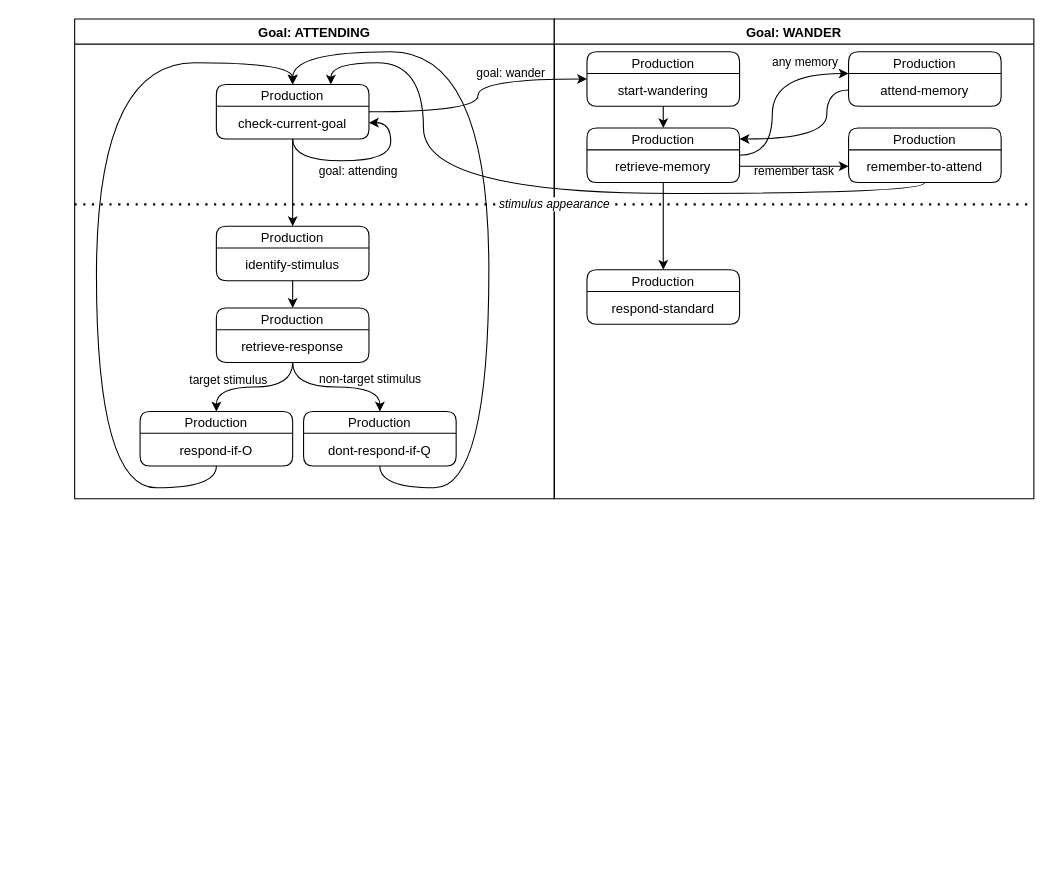
joshbruegger/CognitiveModellingPractical2022 keeps this draw.io diagram as Graph.drawio. Above is the earlier version. Source tidied: cells renumbered, new cells numbered last; positions are measured from the earlier drawing's top-left corner, leaving out a move shared by most shapes. Both pictures are drawn from the tidied source at 109%, with x=0, y=0 at pixel (74, 19).
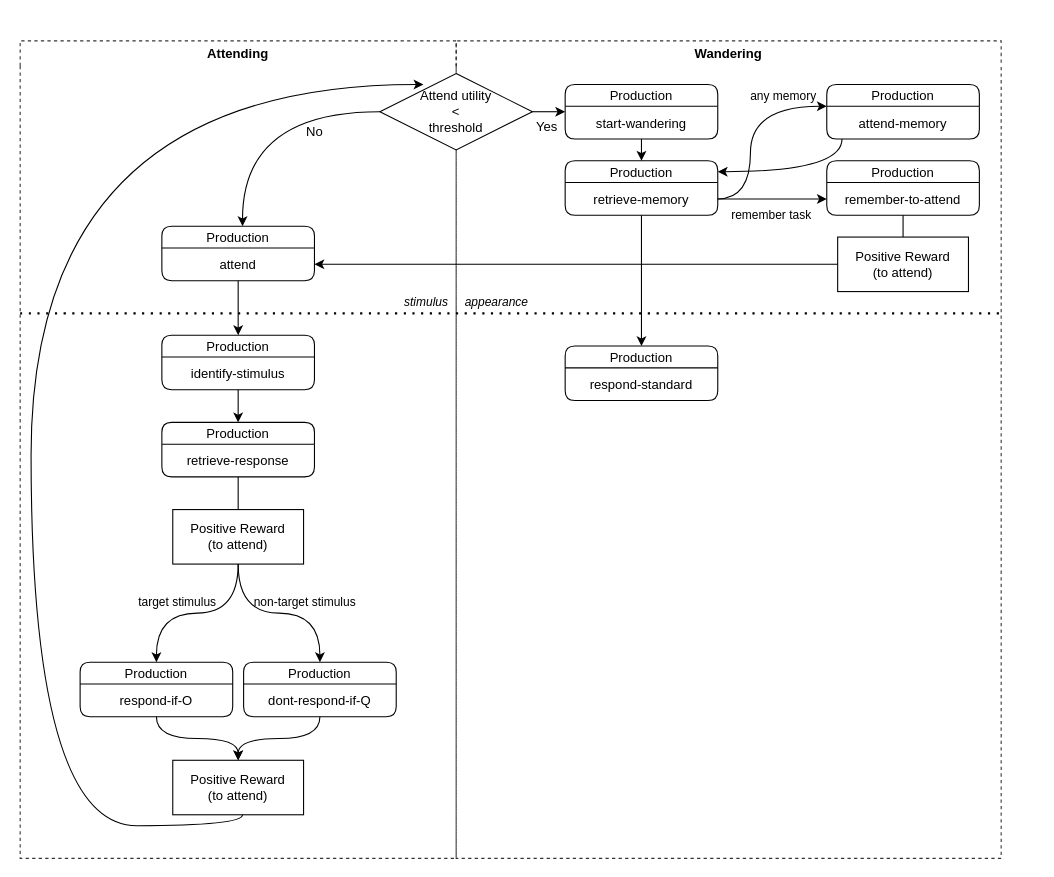
The same diagram, later.

What changed in the source:
```diff
@@
-    <mxCell id="2" value="Goal: ATTENDING" style="swimlane;rounded=0;shadow=0;glass=0;sketch=0;" parent="1" vertex="1">
-      <mxGeometry width="440" height="440" as="geometry" />
-    </mxCell>
-    <mxCell id="3" style="edgeStyle=orthogonalEdgeStyle;curved=1;rounded=0;jettySize=auto;html=1;entryX=0.5;entryY=0;entryDx=0;entryDy=0;" parent="2" edge="1" source="4" target="8">
-      <mxGeometry relative="1" as="geometry" />
-    </mxCell>
+    <mxCell id="39" value="Wandering" style="swimlane;fontSize=12;strokeColor=default;gradientColor=none;swimlaneFillColor=none;dashed=1;strokeWidth=1;perimeterSpacing=1;opacity=80;fillColor=none;fontStyle=1;swimlaneLine=0;" parent="1" vertex="1">
+      <mxGeometry x="350" y="20" width="500" height="750" as="geometry" />
+    </mxCell>
+    <mxCell id="25" value="Production" style="swimlane;fontStyle=0;horizontal=1;startSize=20;rounded=1;shadow=0;glass=0;fillColor=none;" parent="39" vertex="1">
+      <mxGeometry x="100" y="280" width="140" height="50" as="geometry" />
+    </mxCell>
+    <mxCell id="26" value="respond-standard" style="text;strokeColor=none;fillColor=none;align=center;verticalAlign=middle;spacingLeft=4;spacingRight=4;overflow=hidden;rounded=1;shadow=0;glass=0;" parent="25" vertex="1">
+      <mxGeometry y="20" width="140" height="30" as="geometry" />
+    </mxCell>
+    <mxCell id="40" value="Positive Reward&lt;br&gt;(to attend)" style="rounded=0;whiteSpace=wrap;html=1;fontSize=12;fillColor=none;" parent="39" vertex="1">
+      <mxGeometry x="350" y="180" width="120" height="50" as="geometry" />
+    </mxCell>
+    <mxCell id="41" value="Attending" style="swimlane;fontSize=12;strokeColor=default;gradientColor=none;swimlaneFillColor=none;dashed=1;opacity=80;fillColor=none;swimlaneLine=0;" parent="1" vertex="1">
+      <mxGeometry x="-50" y="20" width="400" height="750" as="geometry" />
+    </mxCell>
+    <mxCell id="8" value="Production" style="swimlane;fontStyle=0;horizontal=1;startSize=20;rounded=1;shadow=0;glass=0;fillColor=none;" parent="41" vertex="1">
+      <mxGeometry x="130" y="270" width="140" height="50" as="geometry" />
+    </mxCell>
+    <mxCell id="9" value="identify-stimulus" style="text;strokeColor=none;fillColor=none;align=center;verticalAlign=middle;spacingLeft=4;spacingRight=4;overflow=hidden;rounded=1;shadow=0;glass=0;" parent="8" vertex="1">
+      <mxGeometry y="20" width="140" height="30" as="geometry" />
+    </mxCell>
+    <mxCell id="12" value="Production" style="swimlane;fontStyle=0;horizontal=1;startSize=20;rounded=1;shadow=0;glass=0;fillColor=none;" parent="41" vertex="1">
+      <mxGeometry x="130" y="350" width="140" height="50" as="geometry" />
+    </mxCell>
+    <mxCell id="13" value="retrieve-response" style="text;strokeColor=none;fillColor=none;align=center;verticalAlign=middle;spacingLeft=4;spacingRight=4;overflow=hidden;rounded=1;shadow=0;glass=0;" parent="12" vertex="1">
+      <mxGeometry y="20" width="140" height="30" as="geometry" />
+    </mxCell>
+    <mxCell id="15" value="Production" style="swimlane;fontStyle=0;horizontal=1;startSize=20;rounded=1;shadow=0;glass=0;swimlaneFillColor=none;fillColor=none;" parent="41" vertex="1">
+      <mxGeometry x="55" y="570" width="140" height="50" as="geometry" />
+    </mxCell>
+    <mxCell id="16" value="respond-if-O" style="text;strokeColor=none;fillColor=none;align=center;verticalAlign=middle;spacingLeft=4;spacingRight=4;overflow=hidden;rounded=1;shadow=0;glass=0;" parent="15" vertex="1">
+      <mxGeometry y="20" width="140" height="30" as="geometry" />
+    </mxCell>
+    <mxCell id="18" value="Production" style="swimlane;fontStyle=0;horizontal=1;startSize=20;rounded=1;shadow=0;glass=0;fillColor=none;" parent="41" vertex="1">
+      <mxGeometry x="205" y="570" width="140" height="50" as="geometry" />
+    </mxCell>
+    <mxCell id="19" value="dont-respond-if-Q" style="text;strokeColor=none;fillColor=none;align=center;verticalAlign=middle;spacingLeft=4;spacingRight=4;overflow=hidden;rounded=1;shadow=0;glass=0;" parent="18" vertex="1">
+      <mxGeometry y="20" width="140" height="30" as="geometry" />
+    </mxCell>
+    <mxCell id="42" value="Positive Reward&lt;br&gt;(to attend)" style="rounded=0;whiteSpace=wrap;html=1;fontSize=12;fillColor=none;" parent="41" vertex="1">
+      <mxGeometry x="140" y="660" width="120" height="50" as="geometry" />
+    </mxCell>
+    <mxCell id="10" value="target stimulus" style="edgeStyle=orthogonalEdgeStyle;curved=1;rounded=0;jettySize=auto;html=1;entryX=0.5;entryY=0;entryDx=0;entryDy=0;labelBackgroundColor=none;startArrow=none;" parent="41" edge="1" source="46" target="15">
+      <mxGeometry x="0.22" y="-10" relative="1" as="geometry" />
+    </mxCell>
+    <mxCell id="11" value="&lt;div&gt;non-target stimulus&lt;/div&gt;" style="edgeStyle=orthogonalEdgeStyle;curved=1;rounded=0;jettySize=auto;html=1;labelBackgroundColor=none;exitX=0.5;exitY=1;exitDx=0;exitDy=0;" parent="41" edge="1" source="46" target="18">
+      <mxGeometry x="0.29" y="10" relative="1" as="geometry" />
+    </mxCell>
+    <mxCell id="43" style="edgeStyle=orthogonalEdgeStyle;curved=1;html=1;labelBackgroundColor=none;fontSize=12;endArrow=classic;endFill=1;" parent="41" edge="1" source="15" target="42">
+      <mxGeometry relative="1" as="geometry" />
+    </mxCell>
+    <mxCell id="44" style="edgeStyle=orthogonalEdgeStyle;curved=1;html=1;labelBackgroundColor=none;fontSize=12;endArrow=classic;endFill=1;" parent="41" edge="1" source="18" target="42">
+      <mxGeometry relative="1" as="geometry" />
+    </mxCell>
+    <mxCell id="45" style="edgeStyle=orthogonalEdgeStyle;curved=1;rounded=0;jettySize=auto;html=1;endArrow=classic;endFill=1;" parent="41" edge="1" source="8" target="12">
+      <mxGeometry relative="1" as="geometry" />
+    </mxCell>
+    <mxCell id="7" style="edgeStyle=orthogonalEdgeStyle;curved=1;rounded=0;jettySize=auto;html=1;startArrow=none;endArrow=none;endFill=0;entryX=0.5;entryY=0;entryDx=0;entryDy=0;" parent="41" edge="1" source="12" target="46">
+      <mxGeometry relative="1" as="geometry" />
+    </mxCell>
+    <mxCell id="46" value="Positive Reward&lt;br&gt;(to attend)" style="rounded=0;whiteSpace=wrap;html=1;fontSize=12;fillColor=none;" parent="41" vertex="1">
+      <mxGeometry x="140" y="430" width="120" height="50" as="geometry" />
+    </mxCell>
-    <mxCell id="4" value="Production" style="swimlane;fontStyle=0;horizontal=1;startSize=20;rounded=1;shadow=0;glass=0;sketch=0;" parent="2" vertex="1">
-      <mxGeometry x="130" y="60" width="140" height="50" as="geometry" />
+    <mxCell id="4" value="Production" style="swimlane;fontStyle=0;horizontal=1;startSize=20;rounded=1;shadow=0;glass=0;fillColor=none;" parent="41" vertex="1">
+      <mxGeometry x="130" y="170" width="140" height="50" as="geometry" />
     </mxCell>
-    <mxCell id="5" value="check-current-goal" style="text;strokeColor=none;fillColor=none;align=center;verticalAlign=middle;spacingLeft=4;spacingRight=4;overflow=hidden;points=[[0,0.5],[1,0.5]];portConstraint=eastwest;rounded=1;shadow=0;glass=0;sketch=0;" parent="4" vertex="1">
+    <mxCell id="5" value="attend" style="text;strokeColor=none;fillColor=none;align=center;verticalAlign=middle;spacingLeft=4;spacingRight=4;overflow=hidden;points=[[0,0.5],[1,0.5]];portConstraint=eastwest;rounded=1;shadow=0;glass=0;" parent="4" vertex="1">
       <mxGeometry y="20" width="140" height="30" as="geometry" />
     </mxCell>
-    <mxCell id="6" value="goal: attending" style="edgeStyle=orthogonalEdgeStyle;curved=1;rounded=0;jettySize=auto;html=1;entryX=1;entryY=0.5;entryDx=0;entryDy=0;labelBackgroundColor=none;" parent="4" edge="1" source="4" target="5">
-      <mxGeometry x="-0.03" y="-10" relative="1" as="geometry" />
-    </mxCell>
-    <mxCell id="7" style="edgeStyle=orthogonalEdgeStyle;curved=1;rounded=0;jettySize=auto;html=1;" parent="2" edge="1" source="8" target="12">
-      <mxGeometry relative="1" as="geometry" />
-    </mxCell>
-    <mxCell id="8" value="Production" style="swimlane;fontStyle=0;horizontal=1;startSize=20;rounded=1;shadow=0;glass=0;sketch=0;" parent="2" vertex="1">
-      <mxGeometry x="130" y="190" width="140" height="50" as="geometry" />
-    </mxCell>
-    <mxCell id="9" value="identify-stimulus" style="text;strokeColor=none;fillColor=none;align=center;verticalAlign=middle;spacingLeft=4;spacingRight=4;overflow=hidden;rounded=1;shadow=0;glass=0;sketch=0;" parent="8" vertex="1">
-      <mxGeometry y="20" width="140" height="30" as="geometry" />
-    </mxCell>
-    <mxCell id="10" value="target stimulus" style="edgeStyle=orthogonalEdgeStyle;curved=1;rounded=0;jettySize=auto;html=1;entryX=0.5;entryY=0;entryDx=0;entryDy=0;labelBackgroundColor=none;" parent="2" edge="1" source="12" target="15">
-      <mxGeometry x="0.43" y="-7" relative="1" as="geometry" />
-    </mxCell>
-    <mxCell id="11" value="&lt;div&gt;non-target stimulus&lt;/div&gt;" style="edgeStyle=orthogonalEdgeStyle;curved=1;rounded=0;jettySize=auto;html=1;labelBackgroundColor=none;" parent="2" edge="1" source="12" target="18">
-      <mxGeometry x="0.48" y="8" relative="1" as="geometry" />
-    </mxCell>
-    <mxCell id="12" value="Production" style="swimlane;fontStyle=0;horizontal=1;startSize=20;rounded=1;shadow=0;glass=0;sketch=0;" parent="2" vertex="1">
-      <mxGeometry x="130" y="265" width="140" height="50" as="geometry" />
-    </mxCell>
-    <mxCell id="13" value="retrieve-response" style="text;strokeColor=none;fillColor=none;align=center;verticalAlign=middle;spacingLeft=4;spacingRight=4;overflow=hidden;rounded=1;shadow=0;glass=0;sketch=0;" parent="12" vertex="1">
-      <mxGeometry y="20" width="140" height="30" as="geometry" />
-    </mxCell>
-    <mxCell id="14" style="edgeStyle=orthogonalEdgeStyle;curved=1;rounded=0;jettySize=auto;html=1;exitX=0.5;exitY=1;exitDx=0;exitDy=0;entryX=0.5;entryY=0;entryDx=0;entryDy=0;labelBackgroundColor=none;" parent="2" edge="1" source="15" target="4">
-      <mxGeometry relative="1" as="geometry">
-        <Array as="points">
-          <mxPoint x="130" y="430" />
-          <mxPoint x="20" y="430" />
-          <mxPoint x="20" y="40" />
-          <mxPoint x="200" y="40" />
-        </Array>
-      </mxGeometry>
-    </mxCell>
-    <mxCell id="15" value="Production" style="swimlane;fontStyle=0;horizontal=1;startSize=20;rounded=1;shadow=0;glass=0;sketch=0;" parent="2" vertex="1">
-      <mxGeometry x="60" y="360" width="140" height="50" as="geometry" />
-    </mxCell>
-    <mxCell id="16" value="respond-if-O" style="text;strokeColor=none;fillColor=none;align=center;verticalAlign=middle;spacingLeft=4;spacingRight=4;overflow=hidden;rounded=1;shadow=0;glass=0;sketch=0;" parent="15" vertex="1">
-      <mxGeometry y="20" width="140" height="30" as="geometry" />
-    </mxCell>
-    <mxCell id="17" style="edgeStyle=orthogonalEdgeStyle;curved=1;rounded=0;jettySize=auto;html=1;entryX=0.5;entryY=0;entryDx=0;entryDy=0;exitX=0.5;exitY=1;exitDx=0;exitDy=0;" parent="2" edge="1" source="18" target="4">
-      <mxGeometry relative="1" as="geometry">
-        <Array as="points">
-          <mxPoint x="280" y="430" />
-          <mxPoint x="380" y="430" />
-          <mxPoint x="380" y="30" />
-          <mxPoint x="200" y="30" />
-        </Array>
-      </mxGeometry>
-    </mxCell>
-    <mxCell id="18" value="Production" style="swimlane;fontStyle=0;horizontal=1;startSize=20;rounded=1;shadow=0;glass=0;sketch=0;" parent="2" vertex="1">
-      <mxGeometry x="210" y="360" width="140" height="50" as="geometry" />
-    </mxCell>
-    <mxCell id="19" value="dont-respond-if-Q" style="text;strokeColor=none;fillColor=none;align=center;verticalAlign=middle;spacingLeft=4;spacingRight=4;overflow=hidden;rounded=1;shadow=0;glass=0;sketch=0;" parent="18" vertex="1">
-      <mxGeometry y="20" width="140" height="30" as="geometry" />
-    </mxCell>
-    <mxCell id="20" value="Goal: WANDER" style="swimlane;rounded=0;shadow=0;glass=0;sketch=0;" parent="1" vertex="1">
-      <mxGeometry x="440" width="440" height="440" as="geometry" />
-    </mxCell>
+    <mxCell id="3" style="edgeStyle=orthogonalEdgeStyle;curved=1;rounded=0;jettySize=auto;html=1;entryX=0.5;entryY=0;entryDx=0;entryDy=0;" parent="41" edge="1" source="4" target="8">
+      <mxGeometry relative="1" as="geometry" />
+    </mxCell>
+    <mxCell id="47" value="Yes" style="edgeStyle=orthogonalEdgeStyle;curved=1;html=1;fontSize=12;labelBackgroundColor=none;labelPosition=center;verticalLabelPosition=bottom;align=center;verticalAlign=top;" parent="1" edge="1" source="49" target="31">
+      <mxGeometry x="-0.19" relative="1" as="geometry">
+        <mxPoint x="1" as="offset" />
+      </mxGeometry>
+    </mxCell>
+    <mxCell id="48" value="No" style="edgeStyle=orthogonalEdgeStyle;html=1;fontSize=12;curved=1;exitX=0;exitY=0.5;exitDx=0;exitDy=0;labelBackgroundColor=none;labelPosition=center;verticalLabelPosition=bottom;align=center;verticalAlign=top;" parent="1" edge="1" source="49" target="4">
+      <mxGeometry x="-0.48" y="5" relative="1" as="geometry">
+        <Array as="points">
+          <mxPoint x="154" y="85" />
+        </Array>
+      </mxGeometry>
+    </mxCell>
+    <mxCell id="36" value="stimulus&amp;nbsp;&amp;nbsp; &amp;nbsp; appearance" style="endArrow=none;dashed=1;html=1;dashPattern=1 3;strokeWidth=2;rounded=0;curved=1;fontStyle=2;spacingLeft=15;labelBackgroundColor=none;" parent="1" edge="1">
+      <mxGeometry x="-0.11" y="10" relative="1" as="geometry">
+        <mxPoint x="-50" y="270" as="sourcePoint" />
+        <mxPoint x="850" y="270" as="targetPoint" />
+      </mxGeometry>
+    </mxCell>
+    <mxCell id="49" value="&lt;font style=&quot;font-size: 12px&quot;&gt;Attend utility&lt;br&gt;&amp;lt;&lt;br&gt;threshold&lt;/font&gt;" style="rhombus;whiteSpace=wrap;html=1;fillColor=default;" parent="1" vertex="1">
+      <mxGeometry x="280" y="50" width="140" height="70" as="geometry" />
+    </mxCell>
+    <mxCell id="27" style="edgeStyle=orthogonalEdgeStyle;curved=1;rounded=0;jettySize=auto;html=1;exitX=0.5;exitY=1;exitDx=0;exitDy=0;labelBackgroundColor=none;entryX=0.5;entryY=0;entryDx=0;entryDy=0;" parent="1" edge="1" source="21" target="25">
+      <mxGeometry relative="1" as="geometry" />
+    </mxCell>
-    <mxCell id="21" value="Production" style="swimlane;fontStyle=0;horizontal=1;startSize=20;rounded=1;shadow=0;glass=0;sketch=0;" parent="20" vertex="1">
-      <mxGeometry x="30" y="100" width="140" height="50" as="geometry" />
+    <mxCell id="21" value="Production" style="swimlane;fontStyle=0;horizontal=1;startSize=20;rounded=1;shadow=0;glass=0;fillColor=none;" parent="1" vertex="1">
+      <mxGeometry x="450" y="130" width="140" height="50" as="geometry" />
     </mxCell>
-    <mxCell id="22" value="retrieve-memory" style="text;strokeColor=none;fillColor=none;align=center;verticalAlign=middle;spacingLeft=4;spacingRight=4;overflow=hidden;points=[[0,0.5],[1,0.5]];portConstraint=eastwest;rounded=1;shadow=0;glass=0;sketch=0;" parent="21" vertex="1">
+    <mxCell id="22" value="retrieve-memory" style="text;strokeColor=none;fillColor=none;align=center;verticalAlign=middle;spacingLeft=4;spacingRight=4;overflow=hidden;points=[[0,0.5],[1,0.5]];portConstraint=eastwest;rounded=1;shadow=0;glass=0;" parent="21" vertex="1">
       <mxGeometry y="20" width="140" height="30" as="geometry" />
     </mxCell>
+    <mxCell id="31" value="Production" style="swimlane;fontStyle=0;horizontal=1;startSize=20;rounded=1;shadow=0;glass=0;fillColor=none;" parent="1" vertex="1">
+      <mxGeometry x="450" y="60" width="140" height="50" as="geometry" />
+    </mxCell>
+    <mxCell id="32" value="start-wandering" style="text;strokeColor=none;fillColor=none;align=center;verticalAlign=middle;spacingLeft=4;spacingRight=4;overflow=hidden;rounded=1;shadow=0;glass=0;" parent="31" vertex="1">
+      <mxGeometry y="20" width="140" height="30" as="geometry" />
+    </mxCell>
+    <mxCell id="34" value="any memory" style="edgeStyle=orthogonalEdgeStyle;rounded=0;jettySize=auto;html=1;labelBackgroundColor=none;curved=1;labelPosition=center;verticalLabelPosition=top;align=center;verticalAlign=bottom;" parent="1" edge="1" source="22" target="28">
+      <mxGeometry x="0.57" relative="1" as="geometry">
+        <Array as="points">
+          <mxPoint x="620" y="165" />
+          <mxPoint x="620" y="80" />
+        </Array>
+      </mxGeometry>
+    </mxCell>
+    <mxCell id="33" value="&lt;div&gt;remember task&lt;/div&gt;" style="edgeStyle=orthogonalEdgeStyle;rounded=0;jettySize=auto;html=1;labelPosition=center;verticalLabelPosition=middle;align=center;verticalAlign=middle;labelBackgroundColor=none;" parent="1" edge="1" source="22" target="24">
+      <mxGeometry y="-15" relative="1" as="geometry">
+        <mxPoint x="-1" as="offset" />
+      </mxGeometry>
+    </mxCell>
+    <mxCell id="35" style="edgeStyle=orthogonalEdgeStyle;curved=1;rounded=0;jettySize=auto;html=1;labelBackgroundColor=none;" parent="1" edge="1" source="29" target="21">
+      <mxGeometry relative="1" as="geometry">
+        <Array as="points">
+          <mxPoint x="704" y="95" />
+          <mxPoint x="704" y="140" />
+        </Array>
+      </mxGeometry>
+    </mxCell>
+    <mxCell id="50" style="edgeStyle=orthogonalEdgeStyle;curved=1;html=1;labelBackgroundColor=none;fontSize=12;endArrow=none;endFill=0;" parent="1" edge="1" source="23" target="40">
+      <mxGeometry relative="1" as="geometry" />
+    </mxCell>
-    <mxCell id="23" value="Production" style="swimlane;fontStyle=0;horizontal=1;startSize=20;rounded=1;shadow=0;glass=0;sketch=0;strokeColor=default;" parent="20" vertex="1">
-      <mxGeometry x="270" y="100" width="140" height="50" as="geometry" />
+    <mxCell id="23" value="Production" style="swimlane;fontStyle=0;horizontal=1;startSize=20;rounded=1;shadow=0;glass=0;strokeColor=default;fillColor=none;" parent="1" vertex="1">
+      <mxGeometry x="690" y="130" width="140" height="50" as="geometry" />
     </mxCell>
-    <mxCell id="24" value="remember-to-attend" style="text;strokeColor=none;fillColor=none;align=center;verticalAlign=middle;spacingLeft=4;spacingRight=4;overflow=hidden;points=[[0,0.5],[1,0.5]];portConstraint=eastwest;rounded=1;shadow=0;glass=0;sketch=0;" parent="23" vertex="1">
+    <mxCell id="24" value="remember-to-attend" style="text;strokeColor=none;fillColor=none;align=center;verticalAlign=middle;spacingLeft=4;spacingRight=4;overflow=hidden;points=[[0,0.5],[1,0.5]];portConstraint=eastwest;rounded=1;shadow=0;glass=0;" parent="23" vertex="1">
       <mxGeometry y="20" width="140" height="30" as="geometry" />
     </mxCell>
-    <mxCell id="25" value="Production" style="swimlane;fontStyle=0;horizontal=1;startSize=20;rounded=1;shadow=0;glass=0;sketch=0;" parent="20" vertex="1">
-      <mxGeometry x="30" y="230" width="140" height="50" as="geometry" />
-    </mxCell>
-    <mxCell id="26" value="respond-standard" style="text;strokeColor=none;fillColor=none;align=center;verticalAlign=middle;spacingLeft=4;spacingRight=4;overflow=hidden;rounded=1;shadow=0;glass=0;sketch=0;" parent="25" vertex="1">
-      <mxGeometry y="20" width="140" height="30" as="geometry" />
-    </mxCell>
-    <mxCell id="27" style="edgeStyle=orthogonalEdgeStyle;curved=1;rounded=0;jettySize=auto;html=1;exitX=0.5;exitY=1;exitDx=0;exitDy=0;labelBackgroundColor=none;entryX=0.5;entryY=0;entryDx=0;entryDy=0;" parent="20" edge="1" source="21" target="25">
-      <mxGeometry relative="1" as="geometry" />
-    </mxCell>
-    <mxCell id="28" value="Production" style="swimlane;fontStyle=0;horizontal=1;startSize=20;rounded=1;shadow=0;glass=0;sketch=0;strokeColor=default;" parent="20" vertex="1">
-      <mxGeometry x="270" y="30" width="140" height="50" as="geometry" />
+    <mxCell id="28" value="Production" style="swimlane;fontStyle=0;horizontal=1;startSize=20;rounded=1;shadow=0;glass=0;strokeColor=default;fillColor=none;" parent="1" vertex="1">
+      <mxGeometry x="690" y="60" width="140" height="50" as="geometry" />
     </mxCell>
-    <mxCell id="29" value="attend-memory" style="text;strokeColor=none;fillColor=none;align=center;verticalAlign=middle;spacingLeft=4;spacingRight=4;overflow=hidden;points=[[0,0.5],[1,0.5]];portConstraint=eastwest;rounded=1;shadow=0;glass=0;sketch=0;" parent="28" vertex="1">
+    <mxCell id="29" value="attend-memory" style="text;strokeColor=none;fillColor=none;align=center;verticalAlign=middle;spacingLeft=4;spacingRight=4;overflow=hidden;points=[[0,0.5],[1,0.5]];portConstraint=eastwest;rounded=1;shadow=0;glass=0;" parent="28" vertex="1">
       <mxGeometry y="20" width="140" height="30" as="geometry" />
     </mxCell>
-    <mxCell id="30" style="edgeStyle=orthogonalEdgeStyle;curved=1;rounded=0;jettySize=auto;html=1;labelBackgroundColor=none;" parent="20" edge="1" source="31" target="21">
+    <mxCell id="30" style="edgeStyle=orthogonalEdgeStyle;curved=1;rounded=0;jettySize=auto;html=1;labelBackgroundColor=none;" parent="1" edge="1" source="31" target="21">
       <mxGeometry relative="1" as="geometry" />
     </mxCell>
-    <mxCell id="31" value="Production" style="swimlane;fontStyle=0;horizontal=1;startSize=20;rounded=1;shadow=0;glass=0;sketch=0;" parent="20" vertex="1">
-      <mxGeometry x="30" y="30" width="140" height="50" as="geometry" />
-    </mxCell>
-    <mxCell id="32" value="start-wandering" style="text;strokeColor=none;fillColor=none;align=center;verticalAlign=middle;spacingLeft=4;spacingRight=4;overflow=hidden;rounded=1;shadow=0;glass=0;sketch=0;" parent="31" vertex="1">
-      <mxGeometry y="20" width="140" height="30" as="geometry" />
-    </mxCell>
-    <mxCell id="33" value="&lt;div&gt;remember task&lt;/div&gt;" style="edgeStyle=orthogonalEdgeStyle;rounded=0;jettySize=auto;html=1;labelPosition=center;verticalLabelPosition=middle;align=center;verticalAlign=middle;labelBackgroundColor=none;" parent="20" edge="1" source="22" target="24">
-      <mxGeometry y="-5" relative="1" as="geometry" />
-    </mxCell>
-    <mxCell id="34" value="any memory" style="edgeStyle=orthogonalEdgeStyle;rounded=0;jettySize=auto;html=1;labelBackgroundColor=none;curved=1;" parent="20" edge="1" source="22" target="28">
-      <mxGeometry x="0.54" y="10" relative="1" as="geometry">
-        <Array as="points">
-          <mxPoint x="200" y="125" />
-          <mxPoint x="200" y="50" />
-        </Array>
-      </mxGeometry>
-    </mxCell>
-    <mxCell id="35" style="edgeStyle=orthogonalEdgeStyle;curved=1;rounded=0;jettySize=auto;html=1;labelBackgroundColor=none;" parent="20" edge="1" source="29" target="21">
-      <mxGeometry relative="1" as="geometry">
-        <Array as="points">
-          <mxPoint x="250" y="65" />
-          <mxPoint x="250" y="110" />
-        </Array>
-      </mxGeometry>
-    </mxCell>
-    <mxCell id="36" value="stimulus appearance" style="endArrow=none;dashed=1;html=1;dashPattern=1 3;strokeWidth=2;rounded=0;curved=1;fontStyle=2;" parent="1" edge="1">
-      <mxGeometry relative="1" as="geometry">
-        <mxPoint y="170" as="sourcePoint" />
-        <mxPoint x="880" y="170" as="targetPoint" />
-      </mxGeometry>
-    </mxCell>
-    <mxCell id="37" value="goal: wander" style="edgeStyle=orthogonalEdgeStyle;curved=1;rounded=0;jettySize=auto;html=1;labelBackgroundColor=none;" parent="1" edge="1" source="4" target="31">
-      <mxGeometry x="0.39" y="5" relative="1" as="geometry" />
-    </mxCell>
-    <mxCell id="38" style="edgeStyle=orthogonalEdgeStyle;curved=1;rounded=0;jettySize=auto;html=1;entryX=0.75;entryY=0;entryDx=0;entryDy=0;labelBackgroundColor=none;" parent="1" edge="1" source="23" target="4">
-      <mxGeometry relative="1" as="geometry">
-        <Array as="points">
-          <mxPoint x="780" y="160" />
-          <mxPoint x="320" y="160" />
-          <mxPoint x="320" y="40" />
-          <mxPoint x="235" y="40" />
-        </Array>
-      </mxGeometry>
-    </mxCell>
+    <mxCell id="51" style="edgeStyle=orthogonalEdgeStyle;curved=1;html=1;labelBackgroundColor=none;fontSize=12;endArrow=classic;endFill=1;" parent="1" edge="1" source="42">
+      <mxGeometry relative="1" as="geometry">
+        <mxPoint x="320" y="60" as="targetPoint" />
+        <Array as="points">
+          <mxPoint x="154" y="740" />
+          <mxPoint x="-40" y="740" />
+          <mxPoint x="-40" y="60" />
+        </Array>
+      </mxGeometry>
+    </mxCell>
+    <mxCell id="52" style="edgeStyle=orthogonalEdgeStyle;curved=1;html=1;entryX=1;entryY=0.5;entryDx=0;entryDy=0;labelBackgroundColor=none;fontSize=12;endArrow=classic;endFill=1;" parent="1" edge="1" source="40" target="5">
+      <mxGeometry relative="1" as="geometry" />
+    </mxCell>
```
